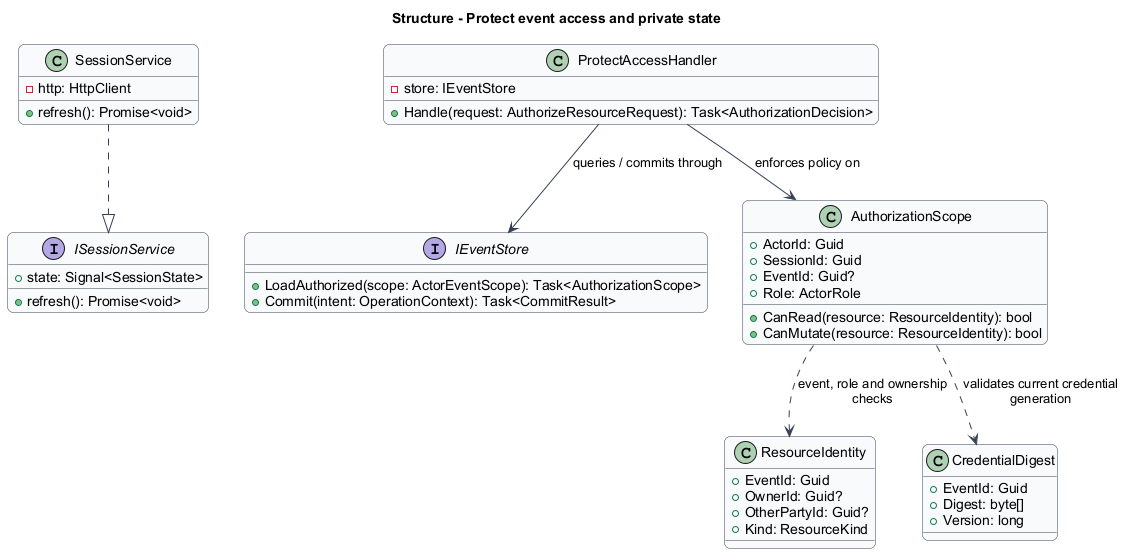
Before: docs/detailed-designs/platform-security/protect-access/diagrams/classes.png, a diagram exported from PlantUML (QuinntyneBrown/faithtech-toronto-ai-build-event). Its diagram source:
```plantuml
@startuml
skinparam backgroundColor #FFFFFF
skinparam shadowing false
skinparam roundcorner 12
skinparam defaultFontName Arial
skinparam ArrowColor #344054
skinparam classBackgroundColor #F9FAFB
skinparam classBorderColor #344054
skinparam sequenceMessageAlign center
skinparam maxMessageSize 180
title Structure - Protect event access and private state
interface ISessionService {
  +state: Signal<SessionState>
  +refresh(): Promise<void>
}
class SessionService {
  -http: HttpClient
  +refresh(): Promise<void>
}
class ProtectAccessHandler {
  -store: IEventStore
  +Handle(request: AuthorizeResourceRequest): Task<AuthorizationDecision>
}
interface IEventStore {
  +LoadAuthorized(scope: ActorEventScope): Task<AuthorizationScope>
  +Commit(intent: OperationContext): Task<CommitResult>
}
class AuthorizationScope {
  +ActorId: Guid
  +SessionId: Guid
  +EventId: Guid?
  +Role: ActorRole
  +CanRead(resource: ResourceIdentity): bool
  +CanMutate(resource: ResourceIdentity): bool
}
SessionService ..|> ISessionService
ProtectAccessHandler --> IEventStore : queries / commits through
ProtectAccessHandler --> AuthorizationScope : enforces policy on
class ResourceIdentity {
  +EventId: Guid
  +OwnerId: Guid?
  +OtherPartyId: Guid?
  +Kind: ResourceKind
}
class CredentialDigest {
  +EventId: Guid
  +Digest: byte[]
  +Version: long
}
AuthorizationScope ..> ResourceIdentity : event, role and ownership checks
AuthorizationScope ..> CredentialDigest : validates current credential generation

@enduml
```
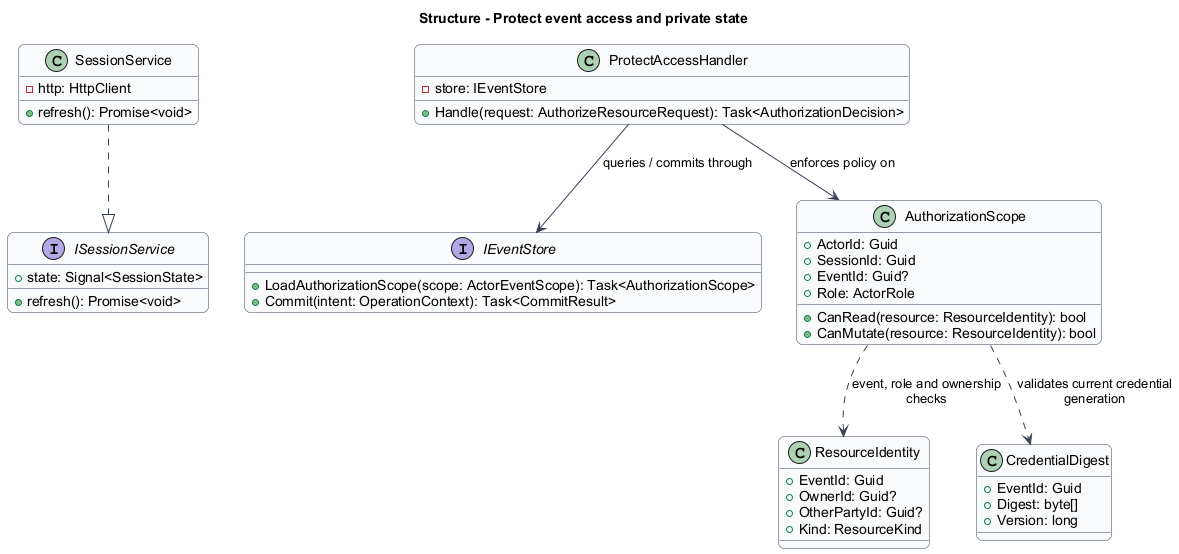
Above is the later version.

The edit, as a diff of the source:
```diff
@@ -22,7 +22,7 @@
   +Handle(request: AuthorizeResourceRequest): Task<AuthorizationDecision>
 }
 interface IEventStore {
-  +LoadAuthorized(scope: ActorEventScope): Task<AuthorizationScope>
+  +LoadAuthorizationScope(scope: ActorEventScope): Task<AuthorizationScope>
   +Commit(intent: OperationContext): Task<CommitResult>
 }
 class AuthorizationScope {
```
